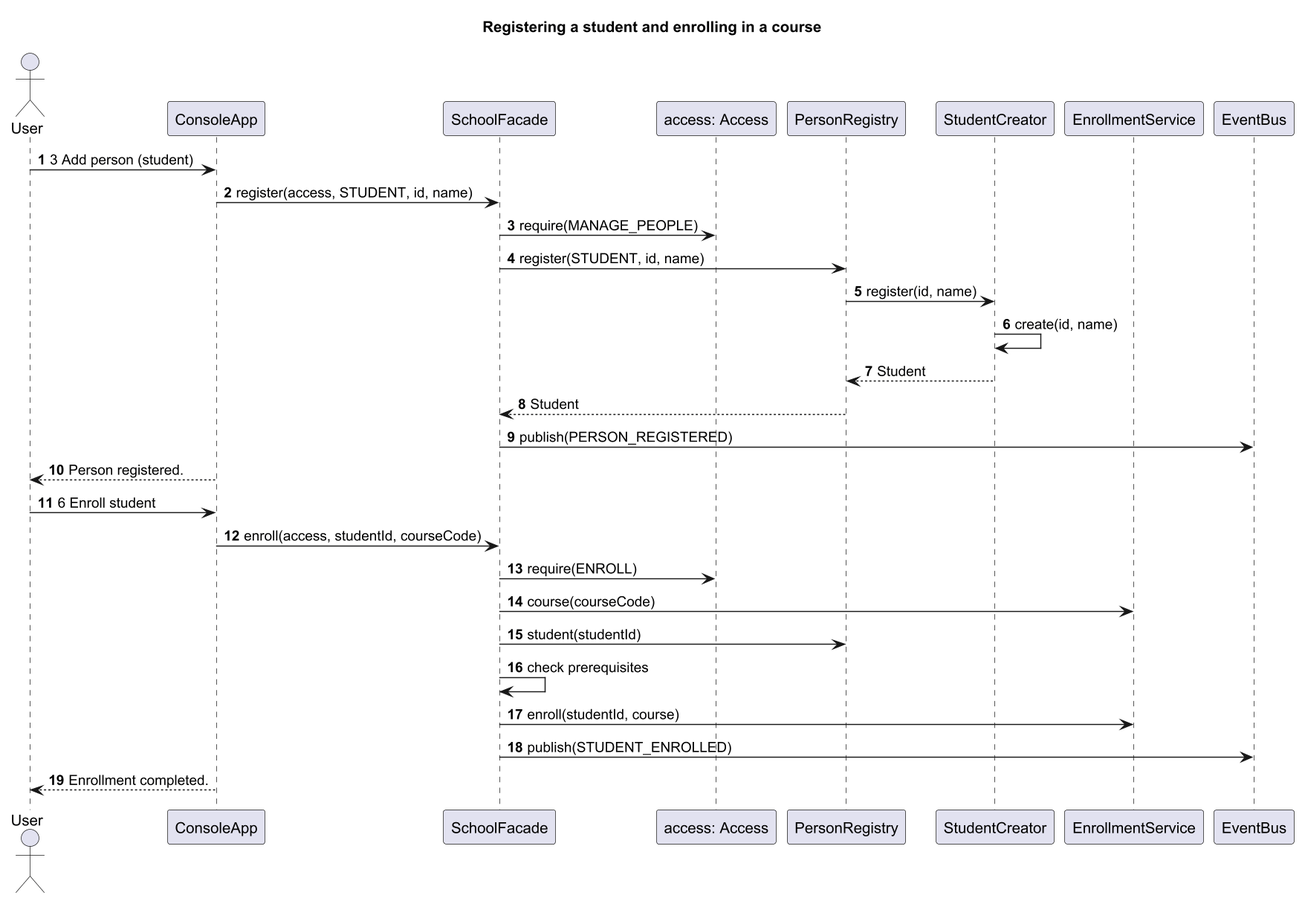
This is docs/images/sequence-register-enroll.png from Asylstyle/school-management-system, a PlantUML export, as it was before one commit.
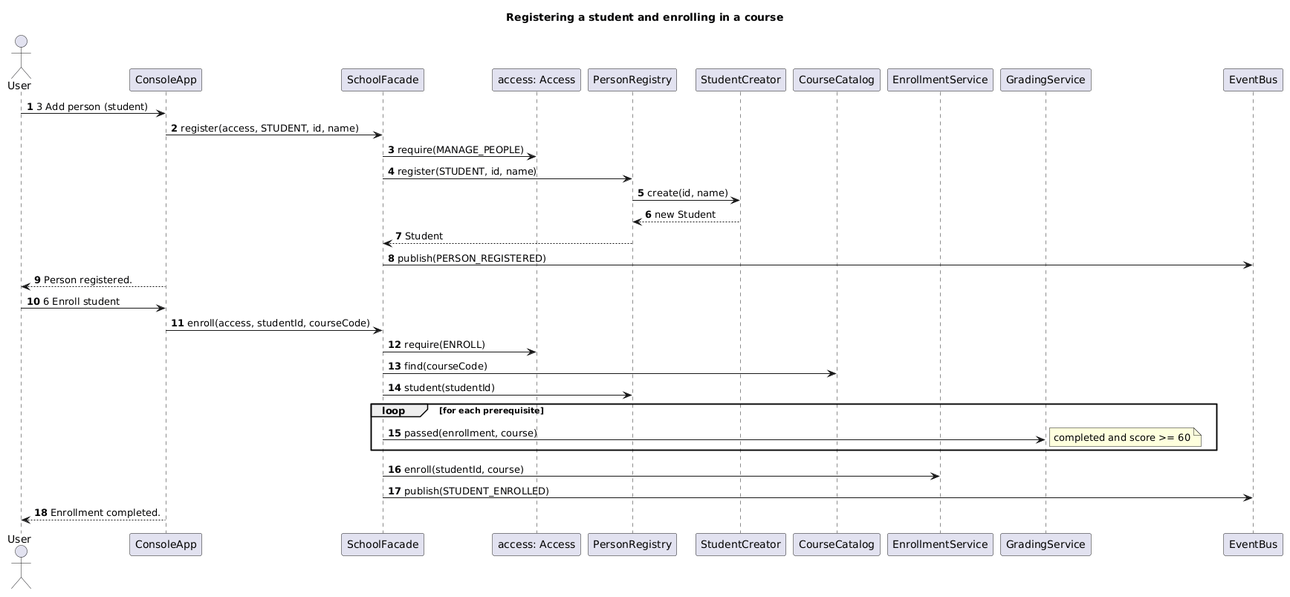
After the change.

Change to the diagram source:
```diff
@@ -1,5 +1,4 @@
-@startuml sequence-register-enroll
-skinparamlocked dpi 140
+@startuml
 title Registering a student and enrolling in a course
 skinparam shadowing false
 autonumber
@@ -10,16 +9,17 @@
 participant "access: Access" as Access
 participant PersonRegistry
 participant StudentCreator
+participant CourseCatalog
 participant EnrollmentService
+participant GradingService
 participant EventBus
 
 User -> ConsoleApp : 3 Add person (student)
 ConsoleApp -> SchoolFacade : register(access, STUDENT, id, name)
 SchoolFacade -> Access : require(MANAGE_PEOPLE)
 SchoolFacade -> PersonRegistry : register(STUDENT, id, name)
-PersonRegistry -> StudentCreator : register(id, name)
-StudentCreator -> StudentCreator : create(id, name)
-StudentCreator --> PersonRegistry : Student
+PersonRegistry -> StudentCreator : create(id, name)
+StudentCreator --> PersonRegistry : new Student
 PersonRegistry --> SchoolFacade : Student
 SchoolFacade -> EventBus : publish(PERSON_REGISTERED)
 ConsoleApp --> User : Person registered.
@@ -27,9 +27,12 @@
 User -> ConsoleApp : 6 Enroll student
 ConsoleApp -> SchoolFacade : enroll(access, studentId, courseCode)
 SchoolFacade -> Access : require(ENROLL)
-SchoolFacade -> EnrollmentService : course(courseCode)
+SchoolFacade -> CourseCatalog : find(courseCode)
 SchoolFacade -> PersonRegistry : student(studentId)
-SchoolFacade -> SchoolFacade : check prerequisites
+loop for each prerequisite
+  SchoolFacade -> GradingService : passed(enrollment, course)
+  note right: completed and score >= 60
+end
 SchoolFacade -> EnrollmentService : enroll(studentId, course)
 SchoolFacade -> EventBus : publish(STUDENT_ENROLLED)
 ConsoleApp --> User : Enrollment completed.
```
